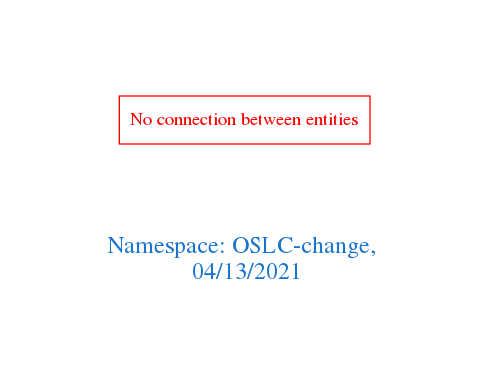
This is downloads/OSLC-change.png from arago/OGIT, a Graphviz export, as it was before one commit. Its source is kept beside it as downloads/OSLC-change.dot.
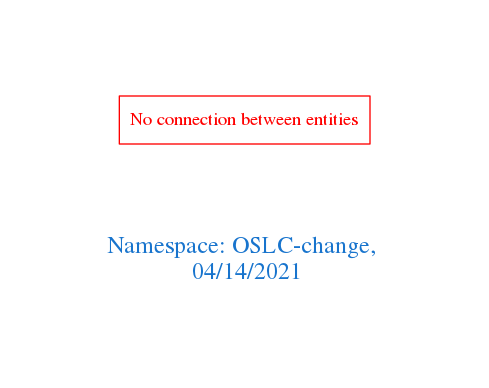
The same file after the commit.

Change to the diagram source:
```diff
@@ -1,7 +1,7 @@
 digraph OGIT_ontology {
  graph [ rankdir= LR,pad=1
 fontsize = 18,
-fontcolor= dodgerblue3,label = "\n\n\nNamespace: OSLC-change, \n 04/13/2021"];
+fontcolor= dodgerblue3,label = "\n\n\nNamespace: OSLC-change, \n 04/14/2021"];
 node[shape=polygon];
 edge [  color="gray81"];
 
```
